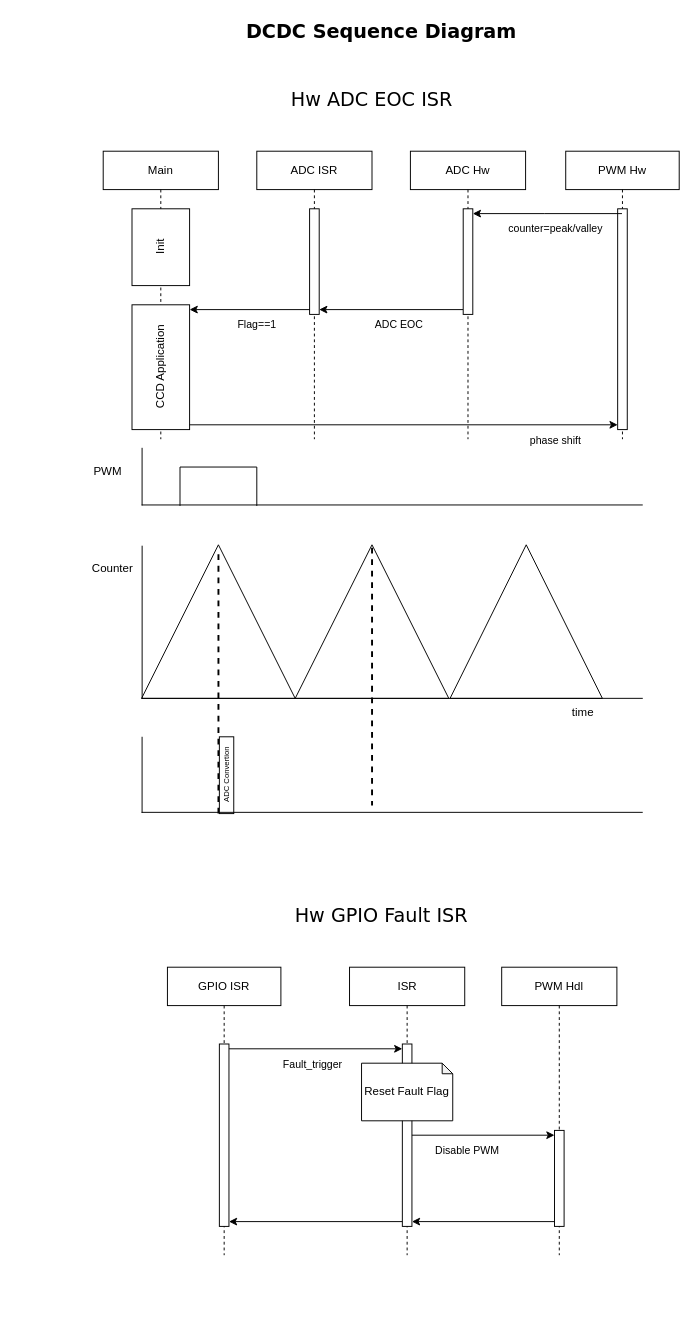
Earlier version of the draw.io diagram page "Sequence_Diagram" (2 of 5) of DCDCArchitectureSF.drawio (chdev2011/temp). Source tidied: cells renumbered, new cells numbered last; positions are measured from the earlier drawing's top-left corner, leaving out a move shared by most shapes. Both pictures are drawn from the tidied source at 96%, with x=0, y=0 at pixel (79, 16).
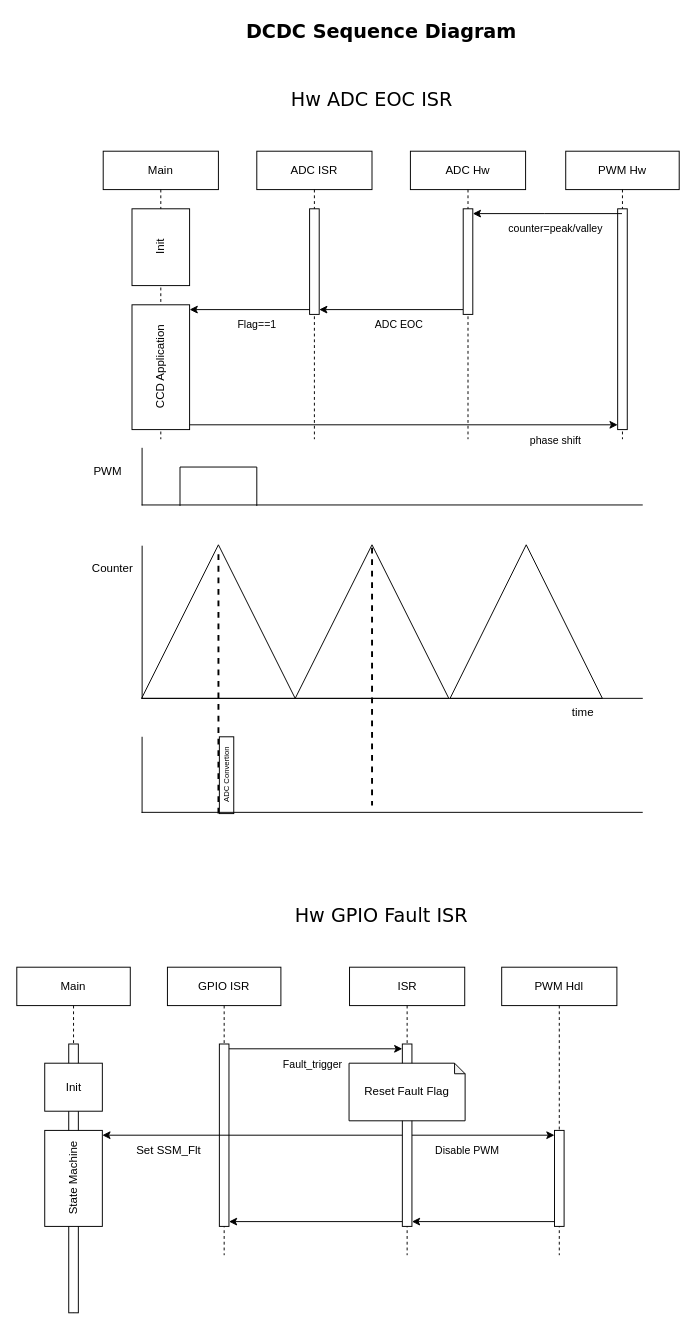
After the change.

Unchanged cells that the change refers to:
```xml
<mxCell id="38" style="html=1;points=[[0,0,0,0,5],[0,1,0,0,-5],[1,0,0,0,5],[1,1,0,0,-5]];perimeter=orthogonalPerimeter;outlineConnect=0;targetShapes=umlLifeline;portConstraint=eastwest;newEdgeStyle={&quot;curved&quot;:0,&quot;rounded&quot;:0};horizontal=0;" parent="37" vertex="1">
  <mxGeometry x="55" y="80" width="10" height="190" as="geometry" />
</mxCell>
<mxCell id="43" style="edgeStyle=orthogonalEdgeStyle;rounded=0;jettySize=auto;html=1;curved=0;entryX=0;entryY=0;entryDx=0;entryDy=5;entryPerimeter=0;" parent="1" edge="1" source="38" target="40">
  <mxGeometry relative="1" as="geometry" />
</mxCell>
```

The edit, as a diff of the source:
```diff
@@
-    <mxCell id="44" value="Disable PWM" style="edgeLabel;html=1;align=center;verticalAlign=middle;" parent="43" vertex="1">
+    <mxCell id="44" value="Disable PWM" style="edgeLabel;html=1;align=center;verticalAlign=middle;labelBackgroundColor=none;" parent="43" vertex="1">
       <mxGeometry x="-0.27" y="-1" relative="1" as="geometry">
         <mxPoint x="3" y="14" as="offset" />
       </mxGeometry>
     </mxCell>
@@
     <mxCell id="47" value="&lt;span style=&quot;text-wrap-mode: nowrap;&quot;&gt;Reset Fault Flag&lt;/span&gt;" style="shape=note;whiteSpace=wrap;html=1;backgroundOutline=1;darkOpacity=0.05;size=11;" parent="1" vertex="1">
-      <mxGeometry x="294.1" y="1090" width="95" height="60" as="geometry" />
+      <mxGeometry x="281.1" y="1090" width="120.9" height="60" as="geometry" />
     </mxCell>
+    <mxCell id="48" value="Main" style="shape=umlLifeline;perimeter=lifelinePerimeter;whiteSpace=wrap;html=1;newEdgeStyle={&quot;curved&quot;:0,&quot;rounded&quot;:0};" parent="1" vertex="1">
+      <mxGeometry x="-65" y="990" width="118.2" height="360" as="geometry" />
+    </mxCell>
+    <mxCell id="49" style="html=1;perimeter=orthogonalPerimeter;targetShapes=umlLifeline;newEdgeStyle={&quot;curved&quot;:0,&quot;rounded&quot;:0};" parent="48" vertex="1">
+      <mxGeometry x="54.1" y="80" width="10" height="280" as="geometry" />
+    </mxCell>
+    <mxCell id="50" value="Init" style="html=1;perimeter=orthogonalPerimeter;targetShapes=umlLifeline;newEdgeStyle={&quot;curved&quot;:0,&quot;rounded&quot;:0};horizontal=1;" parent="48" vertex="1">
+      <mxGeometry x="29.1" y="100" width="60" height="50" as="geometry" />
+    </mxCell>
+    <mxCell id="51" value="State Machine" style="html=1;points=[[0,0,0,0,5],[0,1,0,0,-5],[1,0,0,0,5],[1,1,0,0,-5]];perimeter=orthogonalPerimeter;outlineConnect=0;targetShapes=umlLifeline;portConstraint=eastwest;newEdgeStyle={&quot;curved&quot;:0,&quot;rounded&quot;:0};horizontal=0;" parent="48" vertex="1">
+      <mxGeometry x="29.1" y="170" width="60" height="100" as="geometry" />
+    </mxCell>
+    <mxCell id="52" style="edgeStyle=orthogonalEdgeStyle;rounded=0;jettySize=auto;html=1;entryX=1;entryY=0;entryDx=0;entryDy=5;entryPerimeter=0;" parent="1" edge="1" source="38" target="51">
+      <mxGeometry relative="1" as="geometry" />
+    </mxCell>
+    <mxCell id="53" value="&lt;span style=&quot;font-size: 12px; text-align: left;&quot;&gt;&lt;font style=&quot;&quot;&gt;Set SSM_Flt&lt;/font&gt;&lt;/span&gt;" style="edgeLabel;html=1;align=center;verticalAlign=middle;fontColor=light-dark(#000000,#FFFFFF);labelBackgroundColor=none;" parent="52" vertex="1">
+      <mxGeometry x="0.33" y="-2" relative="1" as="geometry">
+        <mxPoint x="-36" y="17" as="offset" />
+      </mxGeometry>
+    </mxCell>
```
